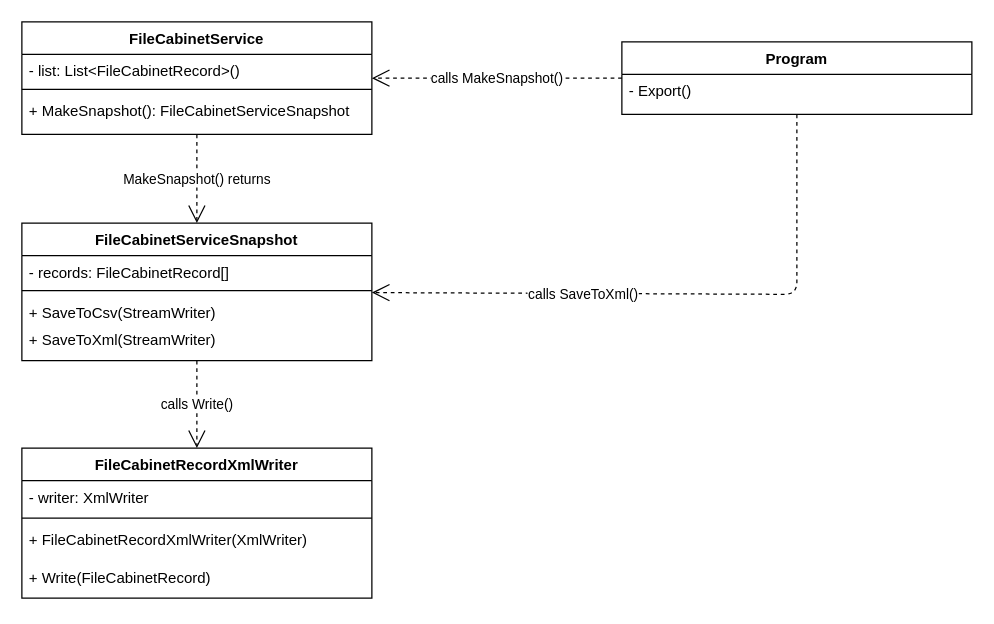
The draw.io diagram page "Export" (5 of 20) of drawings.drawio in epam-dotnet-lab/file-cabinet-task, before the edit. Source tidied: cells renumbered, new cells numbered last; positions are measured from the earlier drawing's top-left corner, leaving out a move shared by most shapes. Both pictures are drawn from the tidied source at 125%, with x=0, y=0 at pixel (21, 21).
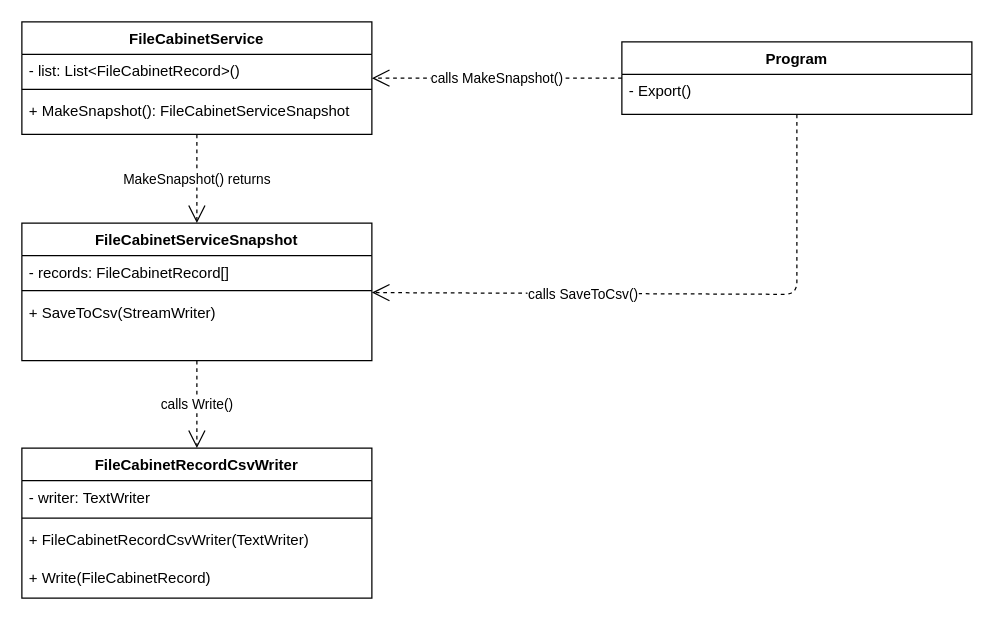
Above is the later version.

Unchanged cells that the change refers to:
```xml
<mxCell id="6" value="FileCabinetServiceSnapshot" style="swimlane;fontStyle=1;align=center;verticalAlign=top;horizontal=1;startSize=26;" parent="1" vertex="1">
  <mxGeometry y="161" width="280" height="110" as="geometry" />
</mxCell>
<mxCell id="12" value="Program" style="swimlane;fontStyle=1;align=center;verticalAlign=top;horizontal=1;startSize=26;" parent="1" vertex="1">
  <mxGeometry x="480" y="16" width="280" height="58" as="geometry" />
</mxCell>
```

The edit, as a diff of the source:
```diff
@@
     <mxCell id="9" value="+ SaveToCsv(StreamWriter)" style="text;strokeColor=none;fillColor=none;align=left;verticalAlign=top;spacingLeft=4;spacingRight=4;overflow=hidden;" parent="6" vertex="1">
-      <mxGeometry y="58" width="280" height="22" as="geometry" />
+      <mxGeometry y="58" width="280" height="52" as="geometry" />
     </mxCell>
-    <mxCell id="10" value="+ SaveToXml(StreamWriter)" style="text;strokeColor=none;fillColor=none;align=left;verticalAlign=top;spacingLeft=4;spacingRight=4;overflow=hidden;" parent="6" vertex="1">
-      <mxGeometry y="80" width="280" height="30" as="geometry" />
-    </mxCell>
@@
-    <mxCell id="15" value="calls SaveToXml()" style="endArrow=open;endSize=12;dashed=1;html=1;" parent="1" edge="1" source="12" target="6">
+    <mxCell id="15" value="calls SaveToCsv()" style="endArrow=open;endSize=12;dashed=1;html=1;" parent="1" edge="1" source="12" target="6">
       <mxGeometry x="0.3" y="1" relative="1" as="geometry">
         <Array as="points">
           <mxPoint x="620" y="218" />
         </Array>
       </mxGeometry>
     </mxCell>
-    <mxCell id="16" value="FileCabinetRecordXmlWriter" style="swimlane;fontStyle=1;align=center;verticalAlign=top;horizontal=1;startSize=26;" parent="1" vertex="1">
+    <mxCell id="16" value="FileCabinetRecordCsvWriter" style="swimlane;fontStyle=1;align=center;verticalAlign=top;horizontal=1;startSize=26;" parent="1" vertex="1">
       <mxGeometry y="341" width="280" height="120" as="geometry" />
     </mxCell>
-    <mxCell id="17" value="- writer: XmlWriter" style="text;strokeColor=none;fillColor=none;align=left;verticalAlign=top;spacingLeft=4;spacingRight=4;overflow=hidden;" parent="16" vertex="1">
+    <mxCell id="17" value="- writer: TextWriter" style="text;strokeColor=none;fillColor=none;align=left;verticalAlign=top;spacingLeft=4;spacingRight=4;overflow=hidden;" parent="16" vertex="1">
       <mxGeometry y="26" width="280" height="26" as="geometry" />
     </mxCell>
@@
-    <mxCell id="19" value="+ FileCabinetRecordXmlWriter(XmlWriter)" style="text;strokeColor=none;fillColor=none;align=left;verticalAlign=top;spacingLeft=4;spacingRight=4;overflow=hidden;" parent="16" vertex="1">
+    <mxCell id="19" value="+ FileCabinetRecordCsvWriter(TextWriter)" style="text;strokeColor=none;fillColor=none;align=left;verticalAlign=top;spacingLeft=4;spacingRight=4;overflow=hidden;" parent="16" vertex="1">
       <mxGeometry y="60" width="280" height="30" as="geometry" />
     </mxCell>
```
